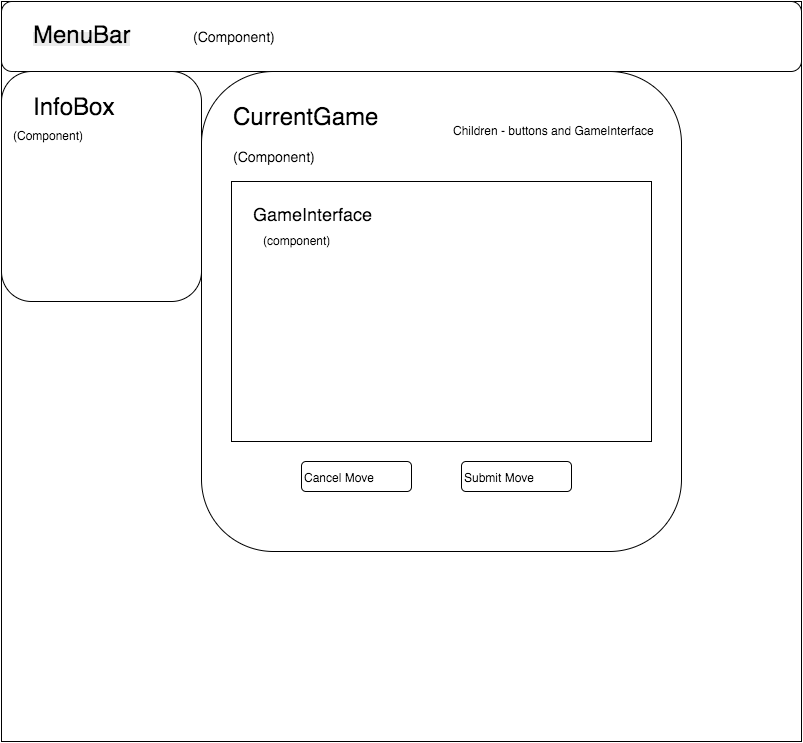
Above: docs/wireframes/ttt_gameshow.png in cssimms/tictactactics (draw.io), before the change. Source tidied: cells renumbered, new cells last; positions are measured from the earlier drawing's top-left corner, leaving out a move shared by most shapes. Source of this version:
```xml
<mxGraphModel background="#ffffff">
  <root>
    <mxCell id="0" />
    <mxCell id="1" parent="0" />
    <mxCell id="2" style="whiteSpace=wrap;html=1;align=left;" parent="1" vertex="1">
      <mxGeometry width="800" height="740" as="geometry" />
    </mxCell>
    <mxCell id="3" style="rounded=1;whiteSpace=wrap;html=1;align=left;" parent="1" vertex="1">
      <mxGeometry width="800" height="70" as="geometry" />
    </mxCell>
    <mxCell id="4" value="&lt;span style=&quot;color: rgb(0 , 0 , 0) ; font-family: &amp;#34;helvetica&amp;#34; ; font-style: normal ; font-variant: normal ; font-weight: normal ; letter-spacing: normal ; line-height: 14.4px ; text-align: left ; text-indent: 0px ; text-transform: none ; white-space: nowrap ; word-spacing: 0px ; display: inline ; float: none ; background-color: rgb(235 , 235 , 235)&quot;&gt;&lt;font style=&quot;font-size: 24px&quot;&gt;MenuBar&lt;/font&gt;&lt;/span&gt;" style="text;html=1;" parent="1" vertex="1">
      <mxGeometry x="30" y="20" width="50" height="30" as="geometry" />
    </mxCell>
    <mxCell id="5" value="&lt;font style=&quot;font-size: 14px&quot;&gt;(Component)&lt;/font&gt;" style="text;html=1;align=left;verticalAlign=top;spacingTop=-4;" parent="1" vertex="1">
      <mxGeometry x="190" y="25" width="100" height="20" as="geometry" />
    </mxCell>
    <mxCell id="6" style="rounded=1;whiteSpace=wrap;html=1;" parent="1" vertex="1">
      <mxGeometry y="70" width="200" height="230" as="geometry" />
    </mxCell>
    <mxCell id="7" value="(Component)&lt;div&gt;&lt;br&gt;&lt;/div&gt;" style="text;html=1;align=left;verticalAlign=top;spacingTop=-4;" parent="1" vertex="1">
      <mxGeometry x="10" y="125" width="90" height="30" as="geometry" />
    </mxCell>
    <mxCell id="8" value="&lt;font face=&quot;helvetica&quot;&gt;&lt;span style=&quot;font-size: 24px&quot;&gt;InfoBox&lt;/span&gt;&lt;/font&gt;&lt;div&gt;&lt;font face=&quot;helvetica&quot;&gt;&lt;span style=&quot;font-size: 24px&quot;&gt;&lt;br&gt;&lt;/span&gt;&lt;/font&gt;&lt;/div&gt;" style="text;html=1;" parent="1" vertex="1">
      <mxGeometry x="30" y="85" width="50" height="30" as="geometry" />
    </mxCell>
    <mxCell id="9" style="rounded=1;whiteSpace=wrap;html=1;align=left;" parent="1" vertex="1">
      <mxGeometry x="200" y="70" width="480" height="480" as="geometry" />
    </mxCell>
    <mxCell id="10" value="&lt;font face=&quot;helvetica&quot;&gt;&lt;span style=&quot;font-size: 24px ; line-height: 28.8px&quot;&gt;CurrentGame&lt;/span&gt;&lt;/font&gt;" style="text;html=1;" parent="1" vertex="1">
      <mxGeometry x="230" y="95" width="50" height="30" as="geometry" />
    </mxCell>
    <mxCell id="11" value="&lt;font style=&quot;font-size: 14px&quot;&gt;(Component)&lt;/font&gt;" style="text;html=1;align=left;verticalAlign=top;spacingTop=-4;" parent="1" vertex="1">
      <mxGeometry x="230" y="145" width="100" height="20" as="geometry" />
    </mxCell>
    <mxCell id="12" style="whiteSpace=wrap;html=1;align=left;" parent="1" vertex="1">
      <mxGeometry x="230" y="180" width="420" height="260" as="geometry" />
    </mxCell>
    <mxCell id="13" value="Submit Move" style="rounded=1;whiteSpace=wrap;html=1;align=left;" parent="1" vertex="1">
      <mxGeometry x="460" y="460" width="110" height="30" as="geometry" />
    </mxCell>
    <mxCell id="14" value="Cancel Move" style="rounded=1;whiteSpace=wrap;html=1;align=left;" parent="1" vertex="1">
      <mxGeometry x="300" y="460" width="110" height="30" as="geometry" />
    </mxCell>
    <mxCell id="15" value="&lt;font style=&quot;font-size: 18px&quot;&gt;GameInterface&lt;/font&gt;" style="text;html=1;align=left;verticalAlign=top;spacingTop=-4;" parent="1" vertex="1">
      <mxGeometry x="250" y="200" width="130" height="20" as="geometry" />
    </mxCell>
    <mxCell id="16" value="(component)" style="text;html=1;align=left;verticalAlign=top;spacingTop=-4;" parent="1" vertex="1">
      <mxGeometry x="260" y="230" width="80" height="10" as="geometry" />
    </mxCell>
    <mxCell id="17" value="Children - buttons and GameInterface" style="text;html=1;align=left;verticalAlign=top;spacingTop=-4;" parent="1" vertex="1">
      <mxGeometry x="450" y="120" width="220" height="10" as="geometry" />
    </mxCell>
  </root>
</mxGraphModel>
```
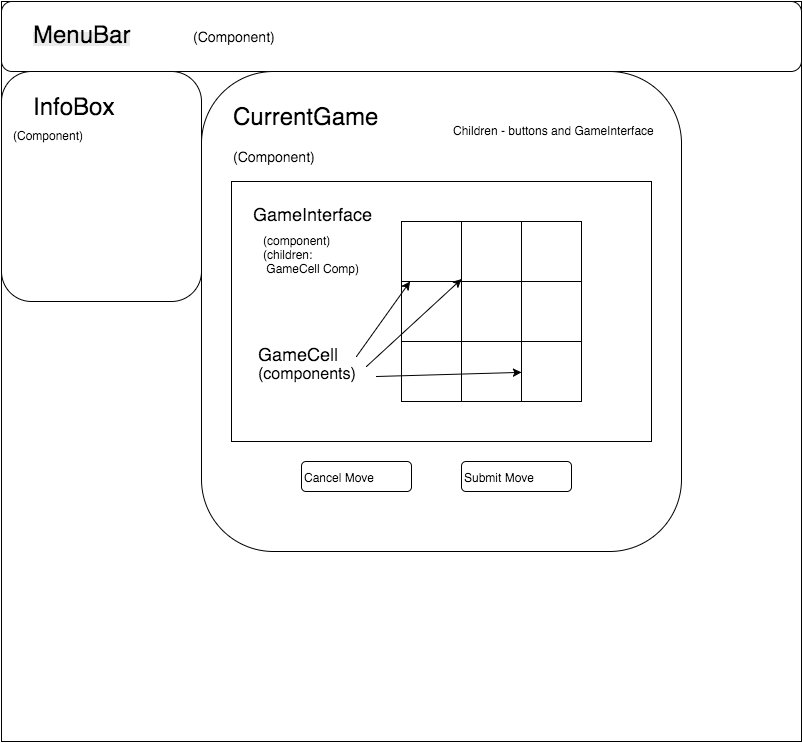
Later version of the same file.

Change to the diagram source:
```diff
@@ -44,11 +44,56 @@
     <mxCell id="15" value="&lt;font style=&quot;font-size: 18px&quot;&gt;GameInterface&lt;/font&gt;" style="text;html=1;align=left;verticalAlign=top;spacingTop=-4;" parent="1" vertex="1">
       <mxGeometry x="250" y="200" width="130" height="20" as="geometry" />
     </mxCell>
-    <mxCell id="16" value="(component)" style="text;html=1;align=left;verticalAlign=top;spacingTop=-4;" parent="1" vertex="1">
-      <mxGeometry x="260" y="230" width="80" height="10" as="geometry" />
+    <mxCell id="16" value="(component)&lt;div&gt;(children:&lt;/div&gt;&lt;div&gt;&amp;nbsp;GameCell Comp)&lt;/div&gt;&lt;div&gt;&lt;br&gt;&lt;/div&gt;&lt;div&gt;&lt;br&gt;&lt;/div&gt;" style="text;html=1;align=left;verticalAlign=top;spacingTop=-4;" parent="1" vertex="1">
+      <mxGeometry x="260" y="230" width="110" height="70" as="geometry" />
     </mxCell>
     <mxCell id="17" value="Children - buttons and GameInterface" style="text;html=1;align=left;verticalAlign=top;spacingTop=-4;" parent="1" vertex="1">
       <mxGeometry x="450" y="120" width="220" height="10" as="geometry" />
     </mxCell>
+    <mxCell id="18" style="whiteSpace=wrap;html=1;align=left;" parent="1" vertex="1">
+      <mxGeometry x="520" y="220" width="60" height="60" as="geometry" />
+    </mxCell>
+    <mxCell id="19" style="whiteSpace=wrap;html=1;align=left;" parent="1" vertex="1">
+      <mxGeometry x="460" y="220" width="60" height="60" as="geometry" />
+    </mxCell>
+    <mxCell id="20" style="whiteSpace=wrap;html=1;align=left;" parent="1" vertex="1">
+      <mxGeometry x="400" y="220" width="60" height="60" as="geometry" />
+    </mxCell>
+    <mxCell id="21" style="whiteSpace=wrap;html=1;align=left;" parent="1" vertex="1">
+      <mxGeometry x="520" y="280" width="60" height="60" as="geometry" />
+    </mxCell>
+    <mxCell id="22" style="whiteSpace=wrap;html=1;align=left;" parent="1" vertex="1">
+      <mxGeometry x="460" y="280" width="60" height="60" as="geometry" />
+    </mxCell>
+    <mxCell id="23" style="whiteSpace=wrap;html=1;align=left;" parent="1" vertex="1">
+      <mxGeometry x="400" y="280" width="60" height="60" as="geometry" />
+    </mxCell>
+    <mxCell id="24" style="whiteSpace=wrap;html=1;align=left;" parent="1" vertex="1">
+      <mxGeometry x="520" y="340" width="60" height="60" as="geometry" />
+    </mxCell>
+    <mxCell id="25" style="whiteSpace=wrap;html=1;align=left;" parent="1" vertex="1">
+      <mxGeometry x="460" y="340" width="60" height="60" as="geometry" />
+    </mxCell>
+    <mxCell id="26" style="whiteSpace=wrap;html=1;align=left;" parent="1" vertex="1">
+      <mxGeometry x="400" y="340" width="60" height="60" as="geometry" />
+    </mxCell>
+    <mxCell id="27" value="&lt;font style=&quot;font-size: 18px&quot;&gt;GameCell&lt;/font&gt;&lt;div&gt;&lt;font size=&quot;3&quot;&gt;(components)&lt;/font&gt;&lt;/div&gt;" style="text;html=1;align=left;verticalAlign=top;spacingTop=-4;" parent="1" vertex="1">
+      <mxGeometry x="255" y="340" width="110" height="30" as="geometry" />
+    </mxCell>
+    <mxCell id="28" style="endArrow=classic;html=1;" parent="1" edge="1" target="20">
+      <mxGeometry relative="1" as="geometry">
+        <mxPoint x="355" y="355" as="sourcePoint" />
+      </mxGeometry>
+    </mxCell>
+    <mxCell id="29" style="endArrow=classic;html=1;" parent="1" edge="1" target="19">
+      <mxGeometry x="365" y="300" as="geometry">
+        <mxPoint x="365" y="365" as="sourcePoint" />
+      </mxGeometry>
+    </mxCell>
+    <mxCell id="30" style="endArrow=classic;html=1;" parent="1" edge="1" target="24">
+      <mxGeometry x="375" y="310" as="geometry">
+        <mxPoint x="375" y="375" as="sourcePoint" />
+      </mxGeometry>
+    </mxCell>
   </root>
 </mxGraphModel>
```
